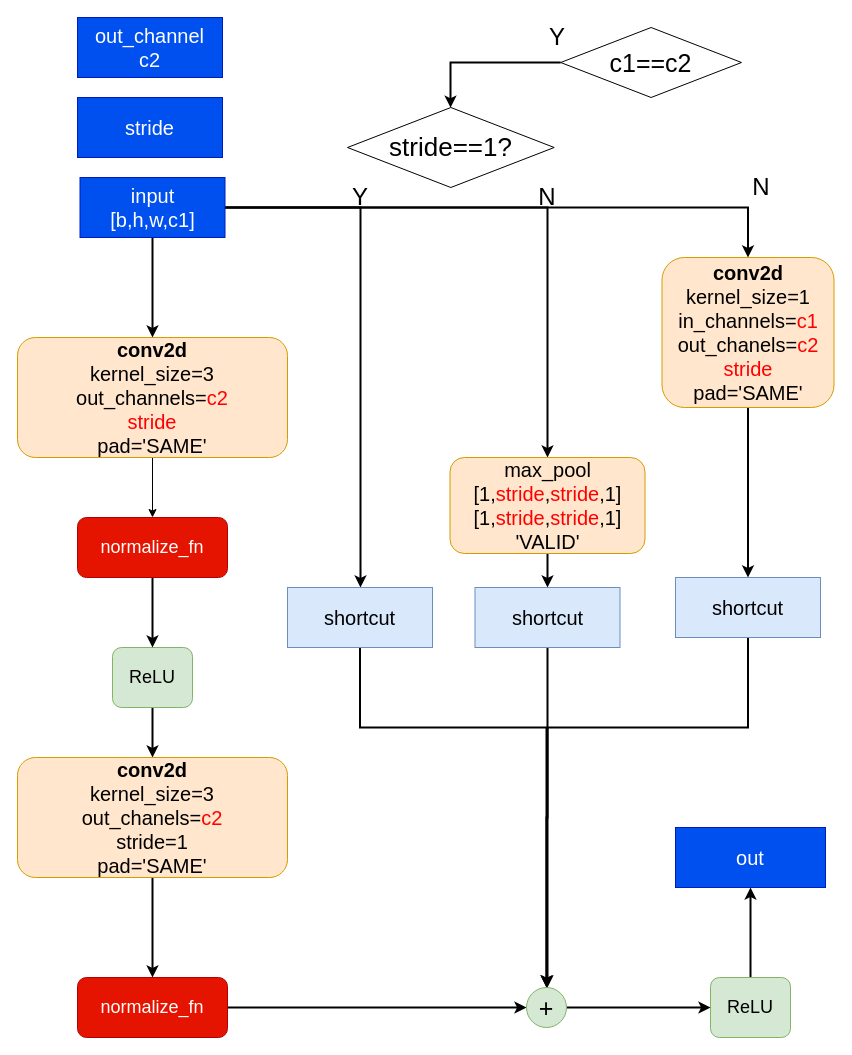
The draw.io diagram page "residual_block_B" (6 of 6) of doc/figs/EvisionNet.drawio in jiafeng5513/EvisionNet, before the edit. Source tidied: cells renumbered, new cells numbered last; positions are measured from the earlier drawing's top-left corner, leaving out a move shared by most shapes. Both pictures are drawn from the tidied source at 100%, with x=0, y=0 at pixel (17, 17).
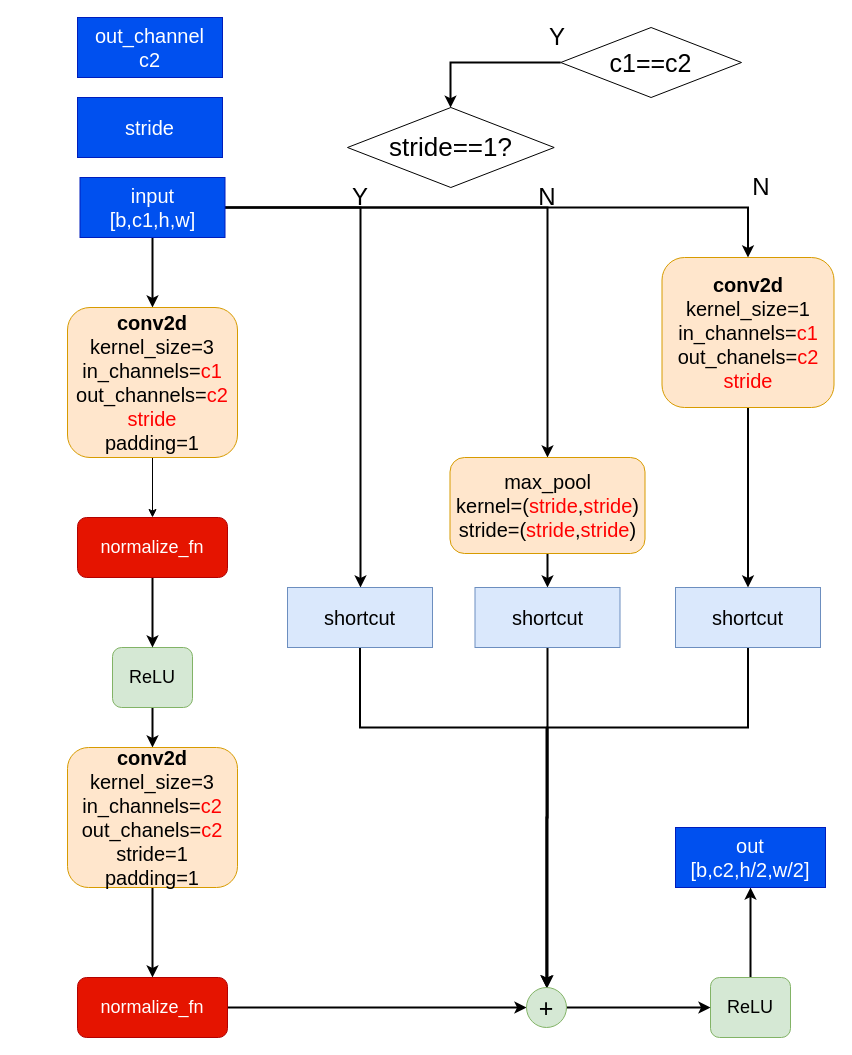
The same page after the edit.

Change to the diagram source:
```diff
@@
-    <mxCell id="5" value="&lt;font style=&quot;font-size: 20px&quot;&gt;&lt;b&gt;conv2d&lt;/b&gt;&lt;br&gt;kernel_size=3&lt;br&gt;out_chanels=&lt;font color=&quot;#ff0000&quot;&gt;c2&lt;/font&gt;&lt;br&gt;stride=1&lt;br&gt;pad='SAME'&lt;/font&gt;" style="rounded=1;whiteSpace=wrap;html=1;fillColor=#ffe6cc;strokeColor=#d79b00;" parent="1" vertex="1">
-      <mxGeometry y="740" width="270" height="120" as="geometry" />
+    <mxCell id="5" value="&lt;font style=&quot;font-size: 20px&quot;&gt;&lt;b&gt;conv2d&lt;/b&gt;&lt;br&gt;kernel_size=3&lt;br&gt;in_channels=&lt;font color=&quot;#ff0000&quot;&gt;c2&lt;/font&gt;&lt;br&gt;out_chanels=&lt;font color=&quot;#ff0000&quot;&gt;c2&lt;/font&gt;&lt;br&gt;stride=1&lt;br&gt;padding=1&lt;/font&gt;" style="rounded=1;whiteSpace=wrap;html=1;fillColor=#ffe6cc;strokeColor=#d79b00;" parent="1" vertex="1">
+      <mxGeometry x="50" y="730" width="170" height="140" as="geometry" />
     </mxCell>
@@
-    <mxCell id="10" value="&lt;span style=&quot;font-size: 20px&quot;&gt;out&lt;/span&gt;" style="rounded=0;whiteSpace=wrap;html=1;fillColor=#0050ef;strokeColor=#001DBC;fontColor=#ffffff;" parent="1" vertex="1">
+    <mxCell id="10" value="&lt;span style=&quot;font-size: 20px&quot;&gt;out&lt;br&gt;[b,c2,h/2,w/2]&lt;br&gt;&lt;/span&gt;" style="rounded=0;whiteSpace=wrap;html=1;fillColor=#0050ef;strokeColor=#001DBC;fontColor=#ffffff;" parent="1" vertex="1">
       <mxGeometry x="658" y="810" width="150" height="60" as="geometry" />
     </mxCell>
@@
-    <mxCell id="20" value="&lt;span style=&quot;font-size: 20px&quot;&gt;input&lt;br&gt;[b,h,w,c1]&lt;br&gt;&lt;/span&gt;" style="rounded=0;whiteSpace=wrap;html=1;fillColor=#0050ef;strokeColor=#001DBC;fontColor=#ffffff;" parent="1" vertex="1">
+    <mxCell id="20" value="&lt;span style=&quot;font-size: 20px&quot;&gt;input&lt;br&gt;[b,c1,h,w]&lt;br&gt;&lt;/span&gt;" style="rounded=0;whiteSpace=wrap;html=1;fillColor=#0050ef;strokeColor=#001DBC;fontColor=#ffffff;" parent="1" vertex="1">
       <mxGeometry x="62.5" y="160" width="145" height="60" as="geometry" />
     </mxCell>
@@
-    <mxCell id="32" value="&lt;font style=&quot;font-size: 20px&quot;&gt;max_pool&lt;br&gt;[1,&lt;font color=&quot;#ff0000&quot;&gt;stride&lt;/font&gt;,&lt;font color=&quot;#ff0000&quot;&gt;stride&lt;/font&gt;,1]&lt;br&gt;[1,&lt;font color=&quot;#ff0000&quot;&gt;stride&lt;/font&gt;,&lt;font color=&quot;#ff0000&quot;&gt;stride&lt;/font&gt;,1]&lt;br&gt;'VALID'&lt;/font&gt;" style="rounded=1;whiteSpace=wrap;html=1;fillColor=#ffe6cc;strokeColor=#d79b00;" parent="1" vertex="1">
+    <mxCell id="32" value="&lt;font style=&quot;font-size: 20px&quot;&gt;max_pool&lt;br&gt;kernel=(&lt;font color=&quot;#ff0000&quot;&gt;stride&lt;/font&gt;,&lt;font color=&quot;#ff0000&quot;&gt;stride&lt;/font&gt;)&lt;br&gt;stride=(&lt;font color=&quot;#ff0000&quot;&gt;stride&lt;/font&gt;,&lt;font color=&quot;#ff0000&quot;&gt;stride&lt;/font&gt;)&lt;br&gt;&lt;/font&gt;" style="rounded=1;whiteSpace=wrap;html=1;fillColor=#ffe6cc;strokeColor=#d79b00;" parent="1" vertex="1">
       <mxGeometry x="432.5" y="440" width="195" height="96" as="geometry" />
     </mxCell>
@@
-    <mxCell id="34" value="&lt;font style=&quot;font-size: 20px&quot;&gt;&lt;b&gt;conv2d&lt;/b&gt;&lt;br&gt;kernel_size=1&lt;br&gt;in_channels=&lt;font color=&quot;#ff0000&quot;&gt;c1&lt;/font&gt;&lt;br&gt;out_chanels=&lt;font color=&quot;#ff0000&quot;&gt;c2&lt;/font&gt;&lt;br&gt;&lt;font color=&quot;#ff0000&quot;&gt;stride&lt;/font&gt;&lt;br&gt;pad='SAME'&lt;/font&gt;" style="rounded=1;whiteSpace=wrap;html=1;fillColor=#ffe6cc;strokeColor=#d79b00;" parent="1" vertex="1">
+    <mxCell id="34" value="&lt;font style=&quot;font-size: 20px&quot;&gt;&lt;b&gt;conv2d&lt;/b&gt;&lt;br&gt;kernel_size=1&lt;br&gt;in_channels=&lt;font color=&quot;#ff0000&quot;&gt;c1&lt;/font&gt;&lt;br&gt;out_chanels=&lt;font color=&quot;#ff0000&quot;&gt;c2&lt;/font&gt;&lt;br&gt;&lt;font color=&quot;#ff0000&quot;&gt;stride&lt;/font&gt;&lt;br&gt;&lt;/font&gt;" style="rounded=1;whiteSpace=wrap;html=1;fillColor=#ffe6cc;strokeColor=#d79b00;" parent="1" vertex="1">
       <mxGeometry x="644.5" y="240" width="172" height="150" as="geometry" />
     </mxCell>
@@
-    <mxCell id="36" value="&lt;font style=&quot;font-size: 20px&quot;&gt;&lt;b&gt;conv2d&lt;/b&gt;&lt;br&gt;kernel_size=3&lt;br&gt;out_channels=&lt;font color=&quot;#ff0000&quot;&gt;c2&lt;/font&gt;&lt;br&gt;&lt;font color=&quot;#ff0000&quot;&gt;stride&lt;/font&gt;&lt;br&gt;pad='SAME'&lt;/font&gt;" style="rounded=1;whiteSpace=wrap;html=1;fillColor=#ffe6cc;strokeColor=#d79b00;" parent="1" vertex="1">
-      <mxGeometry y="320" width="270" height="120" as="geometry" />
+    <mxCell id="36" value="&lt;font style=&quot;font-size: 20px&quot;&gt;&lt;b&gt;conv2d&lt;/b&gt;&lt;br&gt;kernel_size=3&lt;br&gt;in_channels=&lt;font color=&quot;#ff0000&quot;&gt;c1&lt;/font&gt;&lt;br&gt;out_channels=&lt;font color=&quot;#ff0000&quot;&gt;c2&lt;/font&gt;&lt;br&gt;&lt;font color=&quot;#ff0000&quot;&gt;stride&lt;/font&gt;&lt;br&gt;padding=1&lt;/font&gt;" style="rounded=1;whiteSpace=wrap;html=1;fillColor=#ffe6cc;strokeColor=#d79b00;" parent="1" vertex="1">
+      <mxGeometry x="50" y="290" width="170" height="150" as="geometry" />
     </mxCell>
@@
     <mxCell id="40" value="&lt;span style=&quot;font-size: 20px&quot;&gt;shortcut&lt;/span&gt;" style="rounded=0;whiteSpace=wrap;html=1;fillColor=#dae8fc;strokeColor=#6c8ebf;" parent="1" vertex="1">
-      <mxGeometry x="658" y="560" width="145" height="60" as="geometry" />
+      <mxGeometry x="658" y="570" width="145" height="60" as="geometry" />
     </mxCell>
```
